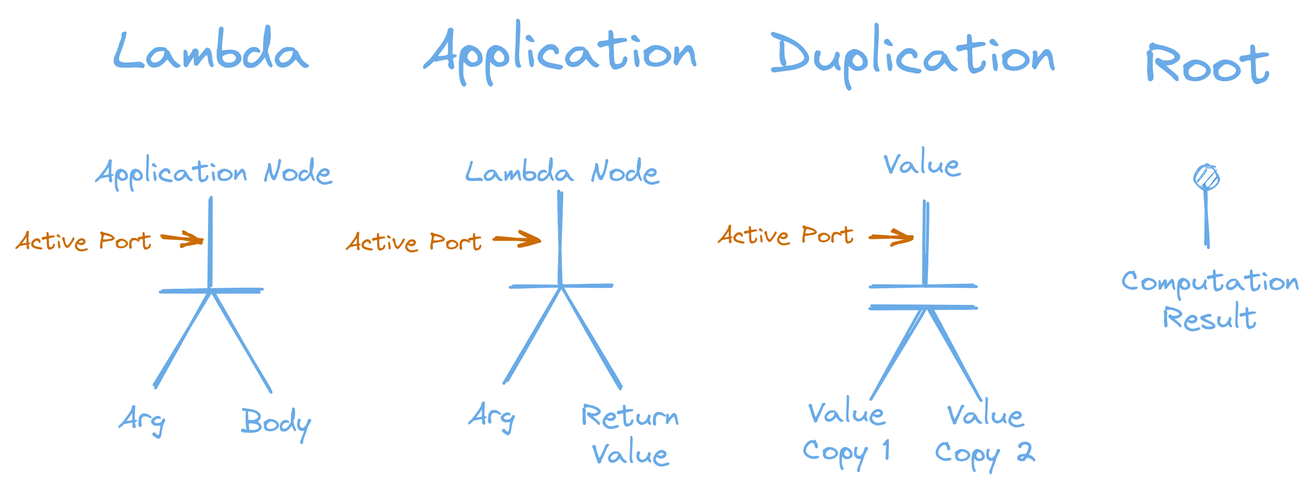
This is content/interaction-nets-combinators-calculus/lambda-nodes.excalidraw.png from zicklag/blog, a Excalidraw export, as it was before one commit. Source tidied: one line per element, renumbered; positions are measured from the earlier drawing's top-left corner, leaving out a move shared by most shapes.
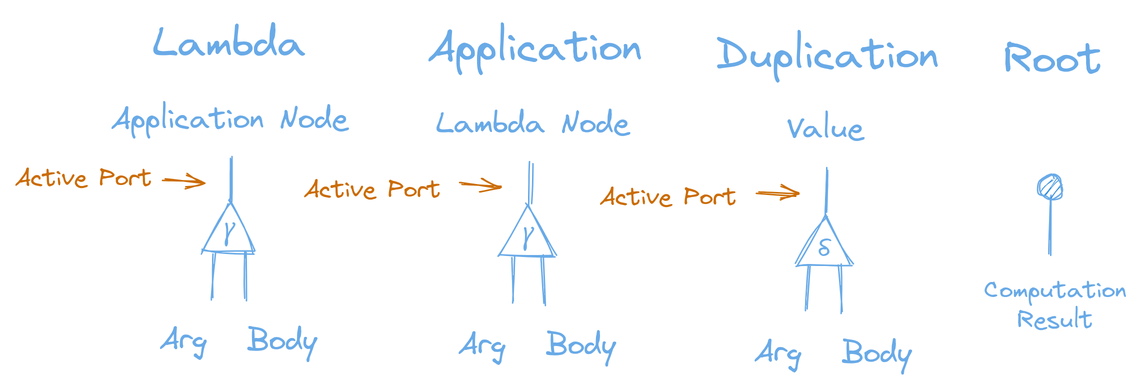
The same file after the commit.

Diff of the diagram source:
```diff
@@ -1,35 +1,37 @@
-{"id": 0, "type": "line", "strokeColor": "#1864ab", "strokeWidth": 2, "roughness": 1, "round": true, "x": 97, "y": 184, "width": 66, "height": 0, "points": [[0, 0], [66, 0]]}
-{"id": 1, "type": "line", "strokeColor": "#1864ab", "strokeWidth": 2, "roughness": 1, "round": true, "x": 130, "y": 181, "width": 0, "height": 60, "points": [[0, 0], [0, -60]]}
-{"id": 2, "type": "line", "strokeColor": "#1864ab", "strokeWidth": 2, "roughness": 1, "round": true, "x": 130, "y": 184, "width": 37, "height": 64, "points": [[0, 0], [-37, 64]]}
-{"id": 3, "type": "line", "strokeColor": "#1864ab", "strokeWidth": 2, "roughness": 1, "round": true, "x": 132, "y": 185, "width": 38, "height": 66, "points": [[0, 0], [38, 66]]}
-{"id": 4, "type": "text", "text": "Lambda", "strokeColor": "#1864ab", "strokeWidth": 1, "roughness": 1, "fontSize": 36, "fontFamily": 1, "textAlign": "center", "x": 65, "y": 0, "width": 131, "height": 45}
+{"id": 4, "type": "text", "text": "Lambda", "strokeColor": "#1864ab", "strokeWidth": 1, "roughness": 1, "fontSize": 28, "fontFamily": 1, "textAlign": "center", "x": 233, "y": 38, "width": 102, "height": 35}
-{"id": 5, "type": "text", "text": "Arg", "strokeColor": "#1864ab", "strokeWidth": 1, "roughness": 1, "fontSize": 20, "fontFamily": 1, "textAlign": "center", "x": 69, "y": 255, "width": 32, "height": 25}
-{"id": 6, "type": "text", "text": "Body", "strokeColor": "#1864ab", "strokeWidth": 1, "roughness": 1, "fontSize": 20, "fontFamily": 1, "textAlign": "center", "x": 151, "y": 258, "width": 46, "height": 25}
-{"id": 7, "type": "line", "strokeColor": "#1864ab", "strokeWidth": 2, "roughness": 1, "round": true, "x": 330, "y": 181, "width": 66, "height": 0, "points": [[0, 0], [66, 0]]}
-{"id": 8, "type": "line", "strokeColor": "#1864ab", "strokeWidth": 2, "roughness": 1, "round": true, "x": 363, "y": 178, "width": 0, "height": 60, "points": [[0, 0], [0, -60]]}
-{"id": 9, "type": "line", "strokeColor": "#1864ab", "strokeWidth": 2, "roughness": 1, "round": true, "x": 363, "y": 181, "width": 37, "height": 64, "points": [[0, 0], [-37, 64]]}
-{"id": 10, "type": "line", "strokeColor": "#1864ab", "strokeWidth": 2, "roughness": 1, "round": true, "x": 365, "y": 182, "width": 38, "height": 66, "points": [[0, 0], [38, 66]]}
+{"id": 35, "type": "text", "text": "Arg", "strokeColor": "#1864ab", "strokeWidth": 1, "roughness": 1, "fontSize": 20, "fontFamily": 1, "textAlign": "center", "x": 237, "y": 241, "width": 32, "height": 25}
+{"id": 36, "type": "text", "text": "Body", "strokeColor": "#1864ab", "strokeWidth": 1, "roughness": 1, "fontSize": 20, "fontFamily": 1, "textAlign": "center", "x": 296, "y": 242, "width": 46, "height": 25}
-{"id": 11, "type": "text", "text": "Application", "strokeColor": "#1864ab", "strokeWidth": 1, "roughness": 1, "fontSize": 36, "fontFamily": 1, "textAlign": "center", "x": 271, "y": 0, "width": 184, "height": 45}
+{"id": 11, "type": "text", "text": "Application", "strokeColor": "#1864ab", "strokeWidth": 1, "roughness": 1, "fontSize": 28, "fontFamily": 1, "textAlign": "center", "x": 416, "y": 41, "width": 143, "height": 35}
-{"id": 12, "type": "text", "text": "Arg", "strokeColor": "#1864ab", "strokeWidth": 1, "roughness": 1, "fontSize": 20, "fontFamily": 1, "textAlign": "center", "x": 302, "y": 253, "width": 32, "height": 25}
-{"id": 13, "type": "text", "text": "Return\nValue", "strokeColor": "#1864ab", "strokeWidth": 1, "roughness": 1, "fontSize": 20, "fontFamily": 1, "textAlign": "center", "x": 377, "y": 254, "width": 65, "height": 50}
-{"id": 14, "type": "text", "text": "Duplication", "strokeColor": "#1864ab", "strokeWidth": 1, "roughness": 1, "fontSize": 36, "fontFamily": 1, "textAlign": "center", "x": 503, "y": 3, "width": 191, "height": 45}
+{"id": 14, "type": "text", "text": "Duplication", "strokeColor": "#1864ab", "strokeWidth": 1, "roughness": 1, "fontSize": 28, "fontFamily": 1, "textAlign": "center", "x": 608, "y": 46, "width": 148, "height": 35}
-{"id": 15, "type": "text", "text": "Value\nCopy 1", "strokeColor": "#1864ab", "strokeWidth": 1, "roughness": 1, "fontSize": 20, "fontFamily": 1, "textAlign": "center", "x": 525, "y": 251, "width": 59, "height": 50}
-{"id": 16, "type": "text", "text": "Value\nCopy 2", "strokeColor": "#1864ab", "strokeWidth": 1, "roughness": 1, "fontSize": 20, "fontFamily": 1, "textAlign": "center", "x": 613, "y": 253, "width": 67, "height": 50}
-{"id": 17, "type": "line", "strokeColor": "#1864ab", "angle": 6.28, "strokeWidth": 2, "roughness": 1, "round": true, "x": 571, "y": 181, "width": 69, "height": 0, "points": [[0, 0], [69, 0]]}
-{"id": 18, "type": "line", "strokeColor": "#1864ab", "angle": 6.28, "strokeWidth": 2, "roughness": 1, "round": true, "x": 571, "y": 195, "width": 69, "height": 0, "points": [[0, 0], [69, 0]]}
-{"id": 19, "type": "line", "strokeColor": "#1864ab", "angle": 6.28, "strokeWidth": 2, "roughness": 1, "round": true, "x": 607, "y": 180, "width": 0, "height": 56, "points": [[0, 0], [0, -56]]}
-{"id": 20, "type": "line", "strokeColor": "#1864ab", "angle": 6.28, "strokeWidth": 2, "roughness": 1, "round": true, "x": 606, "y": 195, "width": 35, "height": 60, "points": [[0, 0], [-35, 60]]}
-{"id": 21, "type": "line", "strokeColor": "#1864ab", "angle": 6.28, "strokeWidth": 2, "roughness": 1, "round": true, "x": 610, "y": 197, "width": 34, "height": 59, "points": [[0, 0], [34, 59]]}
-{"id": 22, "type": "text", "text": "Value", "strokeColor": "#1864ab", "strokeWidth": 1, "roughness": 1, "fontSize": 20, "fontFamily": 1, "textAlign": "center", "x": 579, "y": 86, "width": 51, "height": 25}
+{"id": 22, "type": "text", "text": "Value", "strokeColor": "#1864ab", "strokeWidth": 1, "roughness": 1, "fontSize": 20, "fontFamily": 1, "textAlign": "center", "x": 656, "y": 100, "width": 51, "height": 25}
-{"id": 23, "type": "text", "text": "Lambda Node", "strokeColor": "#1864ab", "strokeWidth": 1, "roughness": 1, "fontSize": 20, "fontFamily": 1, "textAlign": "center", "x": 300, "y": 91, "width": 129, "height": 25}
+{"id": 23, "type": "text", "text": "Lambda Node", "strokeColor": "#1864ab", "strokeWidth": 1, "roughness": 1, "fontSize": 20, "fontFamily": 1, "textAlign": "center", "x": 422, "y": 97, "width": 129, "height": 25}
-{"id": 24, "type": "text", "text": "Application Node", "strokeColor": "#1864ab", "strokeWidth": 1, "roughness": 1, "fontSize": 20, "fontFamily": 1, "textAlign": "center", "x": 53, "y": 91, "width": 158, "height": 25}
+{"id": 24, "type": "text", "text": "Application Node", "strokeColor": "#1864ab", "strokeWidth": 1, "roughness": 1, "fontSize": 20, "fontFamily": 1, "textAlign": "center", "x": 205, "y": 94, "width": 158, "height": 25}
-{"id": 25, "type": "text", "text": "Root", "strokeColor": "#1864ab", "strokeWidth": 1, "roughness": 1, "fontSize": 36, "fontFamily": 1, "textAlign": "center", "x": 753, "y": 10, "width": 85, "height": 45}
+{"id": 25, "type": "text", "text": "Root", "strokeColor": "#1864ab", "strokeWidth": 1, "roughness": 1, "fontSize": 28, "fontFamily": 1, "textAlign": "center", "x": 800, "y": 49, "width": 66, "height": 35}
-{"id": 26, "type": "line", "strokeColor": "#1864ab", "angle": 6.27, "strokeWidth": 2, "roughness": 1, "round": true, "x": 794, "y": 153, "width": 0, "height": 39, "points": [[0, 0], [0, -39]]}
-{"id": 27, "type": "ellipse", "strokeColor": "#1864ab", "backgroundColor": "#228be6", "fillStyle": "hachure", "strokeWidth": 1, "roughness": 1, "round": true, "x": 787, "y": 100, "width": 15, "height": 15}
+{"id": 37, "type": "line", "strokeColor": "#1864ab", "angle": 6.27, "strokeWidth": 1, "roughness": 1, "round": true, "x": 831, "y": 198, "width": 0, "height": 39, "points": [[0, 0], [0, -39]]}
+{"id": 38, "type": "ellipse", "strokeColor": "#1864ab", "backgroundColor": "#228be6", "fillStyle": "hachure", "strokeWidth": 1, "roughness": 1, "round": true, "x": 824, "y": 145, "width": 15, "height": 15}
-{"id": 28, "type": "text", "text": "Computation\nResult", "strokeColor": "#1864ab", "strokeWidth": 1, "roughness": 1, "fontSize": 20, "fontFamily": 1, "textAlign": "center", "x": 737, "y": 164, "width": 119, "height": 50}
+{"id": 28, "type": "text", "text": "Computation\nResult", "strokeColor": "#1864ab", "strokeWidth": 1, "roughness": 1, "fontSize": 16, "fontFamily": 1, "textAlign": "center", "x": 787, "y": 211, "width": 95, "height": 40}
-{"id": 29, "type": "text", "text": "Active Port", "strokeColor": "#e67700", "backgroundColor": "#228be6", "fillStyle": "cross-hatch", "strokeWidth": 2, "roughness": 1, "fontSize": 16, "fontFamily": 1, "textAlign": "center", "x": 220, "y": 141, "width": 92, "height": 20}
-{"id": 30, "type": "arrow", "strokeColor": "#e67700", "backgroundColor": "#228be6", "fillStyle": "cross-hatch", "strokeWidth": 2, "roughness": 1, "endArrowhead": "arrow", "round": true, "from": 29, "x": 320, "y": 150, "width": 28, "height": 1, "points": [[0, 0], [28, 1]]}
-{"id": 31, "type": "text", "text": "Active Port", "strokeColor": "#e67700", "backgroundColor": "#228be6", "fillStyle": "cross-hatch", "strokeWidth": 2, "roughness": 1, "fontSize": 16, "fontFamily": 1, "textAlign": "center", "x": 468, "y": 136, "width": 92, "height": 20}
-{"id": 32, "type": "arrow", "strokeColor": "#e67700", "backgroundColor": "#228be6", "fillStyle": "cross-hatch", "strokeWidth": 2, "roughness": 1, "endArrowhead": "arrow", "round": true, "from": 31, "x": 570, "y": 148, "width": 27, "height": 0, "points": [[0, 0], [27, 0]]}
-{"id": 33, "type": "text", "text": "Active Port", "strokeColor": "#e67700", "backgroundColor": "#228be6", "fillStyle": "cross-hatch", "strokeWidth": 2, "roughness": 1, "fontSize": 16, "fontFamily": 1, "textAlign": "center", "x": 0, "y": 140, "width": 92, "height": 20}
-{"id": 34, "type": "arrow", "strokeColor": "#e67700", "backgroundColor": "#228be6", "fillStyle": "cross-hatch", "strokeWidth": 2, "roughness": 1, "endArrowhead": "arrow", "round": true, "from": 33, "x": 98, "y": 149, "width": 26, "height": 1, "points": [[0, 0], [26, 1]]}
+{"id": 39, "type": "text", "text": "Active Port", "strokeColor": "#e67700", "backgroundColor": "#228be6", "fillStyle": "cross-hatch", "strokeWidth": 1, "roughness": 1, "fontSize": 16, "fontFamily": 1, "textAlign": "center", "x": 333, "y": 144, "width": 92, "height": 20}
+{"id": 40, "type": "arrow", "strokeColor": "#e67700", "backgroundColor": "#228be6", "fillStyle": "cross-hatch", "strokeWidth": 1, "roughness": 1, "endArrowhead": "arrow", "round": true, "from": 41, "x": 240, "y": 148, "width": 26, "height": 1, "points": [[0, 0], [26, 1]]}
+{"id": 41, "type": "text", "text": "Active Port", "strokeColor": "#e67700", "backgroundColor": "#228be6", "fillStyle": "cross-hatch", "strokeWidth": 1, "roughness": 1, "fontSize": 16, "fontFamily": 1, "textAlign": "center", "x": 141, "y": 136, "width": 92, "height": 20}
+{"id": 42, "type": "line", "strokeColor": "#1864ab", "angle": 6.29, "strokeWidth": 1, "roughness": 1, "x": 284, "y": 162, "width": 37, "height": 33, "points": [[0, 0], [-19, 33], [17, 33], [0, 0]]}
+{"id": 43, "type": "text", "text": "γ", "strokeColor": "#1864ab", "backgroundColor": "#ced4da", "fillStyle": "solid", "strokeWidth": 1, "roughness": 1, "fontSize": 16, "fontFamily": 1, "textAlign": "center", "x": 281, "y": 169, "width": 7, "height": 20}
+{"id": 44, "type": "arrow", "strokeColor": "#1864ab", "backgroundColor": "#ced4da", "fillStyle": "solid", "strokeWidth": 1, "roughness": 1, "round": true, "from": 43, "to": 24, "x": 285, "y": 162, "width": 1, "height": 29, "points": [[0, 0], [1, -29]]}
+{"id": 45, "type": "arrow", "strokeColor": "#1864ab", "backgroundColor": "#ced4da", "fillStyle": "solid", "strokeWidth": 1, "roughness": 1, "round": true, "from": 43, "to": 36, "x": 294, "y": 196, "width": 2, "height": 32, "points": [[0, 0], [2, 32]]}
+{"id": 46, "type": "arrow", "strokeColor": "#1864ab", "backgroundColor": "#ced4da", "fillStyle": "solid", "strokeWidth": 1, "roughness": 1, "round": true, "from": 43, "to": 35, "x": 274, "y": 197, "width": 1, "height": 29, "points": [[0, 0], [-1, 29]]}
+{"id": 47, "type": "text", "text": "Arg", "strokeColor": "#1864ab", "strokeWidth": 1, "roughness": 1, "fontSize": 20, "fontFamily": 1, "textAlign": "center", "x": 436, "y": 244, "width": 32, "height": 25}
+{"id": 48, "type": "text", "text": "Body", "strokeColor": "#1864ab", "strokeWidth": 1, "roughness": 1, "fontSize": 20, "fontFamily": 1, "textAlign": "center", "x": 495, "y": 245, "width": 46, "height": 25}
+{"id": 49, "type": "arrow", "strokeColor": "#e67700", "backgroundColor": "#228be6", "fillStyle": "cross-hatch", "strokeWidth": 1, "roughness": 1, "endArrowhead": "arrow", "round": true, "from": 39, "x": 439, "y": 152, "width": 26, "height": 1, "points": [[0, 0], [26, 1]]}
+{"id": 50, "type": "line", "strokeColor": "#1864ab", "angle": 6.29, "strokeWidth": 1, "roughness": 1, "x": 483, "y": 165, "width": 37, "height": 33, "points": [[0, 0], [-19, 33], [17, 33], [0, 0]]}
+{"id": 51, "type": "text", "text": "γ", "strokeColor": "#1864ab", "backgroundColor": "#ced4da", "fillStyle": "solid", "strokeWidth": 1, "roughness": 1, "fontSize": 16, "fontFamily": 1, "textAlign": "center", "x": 480, "y": 172, "width": 7, "height": 20}
+{"id": 52, "type": "arrow", "strokeColor": "#1864ab", "backgroundColor": "#ced4da", "fillStyle": "solid", "strokeWidth": 1, "roughness": 1, "round": true, "from": 51, "to": 23, "x": 484, "y": 165, "width": 1, "height": 29, "points": [[0, 0], [1, -29]]}
+{"id": 53, "type": "arrow", "strokeColor": "#1864ab", "backgroundColor": "#ced4da", "fillStyle": "solid", "strokeWidth": 1, "roughness": 1, "round": true, "from": 51, "to": 48, "x": 493, "y": 199, "width": 2, "height": 32, "points": [[0, 0], [2, 32]]}
+{"id": 54, "type": "arrow", "strokeColor": "#1864ab", "backgroundColor": "#ced4da", "fillStyle": "solid", "strokeWidth": 1, "roughness": 1, "round": true, "from": 51, "to": 47, "x": 473, "y": 200, "width": 1, "height": 29, "points": [[0, 0], [-1, 29]]}
+{"id": 55, "type": "text", "text": "Active Port", "strokeColor": "#e67700", "backgroundColor": "#228be6", "fillStyle": "cross-hatch", "strokeWidth": 1, "roughness": 1, "fontSize": 16, "fontFamily": 1, "textAlign": "center", "x": 531, "y": 149, "width": 92, "height": 20}
+{"id": 56, "type": "text", "text": "Arg", "strokeColor": "#1864ab", "strokeWidth": 1, "roughness": 1, "fontSize": 20, "fontFamily": 1, "textAlign": "center", "x": 634, "y": 249, "width": 32, "height": 25}
+{"id": 57, "type": "text", "text": "Body", "strokeColor": "#1864ab", "strokeWidth": 1, "roughness": 1, "fontSize": 20, "fontFamily": 1, "textAlign": "center", "x": 692, "y": 250, "width": 46, "height": 25}
+{"id": 58, "type": "arrow", "strokeColor": "#e67700", "backgroundColor": "#228be6", "fillStyle": "cross-hatch", "strokeWidth": 1, "roughness": 1, "endArrowhead": "arrow", "round": true, "from": 55, "x": 636, "y": 157, "width": 26, "height": 1, "points": [[0, 0], [26, 1]]}
+{"id": 59, "type": "arrow", "strokeColor": "#1864ab", "backgroundColor": "#ced4da", "fillStyle": "solid", "strokeWidth": 1, "roughness": 1, "round": true, "from": 63, "to": 22, "x": 681, "y": 170, "width": 1, "height": 29, "points": [[0, 0], [1, -29]]}
+{"id": 60, "type": "arrow", "strokeColor": "#1864ab", "backgroundColor": "#ced4da", "fillStyle": "solid", "strokeWidth": 1, "roughness": 1, "round": true, "from": 63, "to": 57, "x": 690, "y": 204, "width": 2, "height": 32, "points": [[0, 0], [2, 32]]}
+{"id": 61, "type": "arrow", "strokeColor": "#1864ab", "backgroundColor": "#ced4da", "fillStyle": "solid", "strokeWidth": 1, "roughness": 1, "round": true, "from": 63, "to": 56, "x": 670, "y": 205, "width": 1, "height": 29, "points": [[0, 0], [-1, 29]]}
+{"id": 62, "type": "line", "strokeColor": "#1864ab", "angle": 6.29, "strokeWidth": 1, "roughness": 1, "x": 681, "y": 172, "width": 37, "height": 33, "points": [[0, 0], [-19, 33], [17, 33], [0, 0]]}
+{"id": 63, "type": "text", "text": "δ", "strokeColor": "#1864ab", "backgroundColor": "#ced4da", "fillStyle": "solid", "strokeWidth": 1, "roughness": 1, "fontSize": 16, "fontFamily": 1, "textAlign": "center", "x": 676, "y": 183, "width": 9, "height": 20}
```
